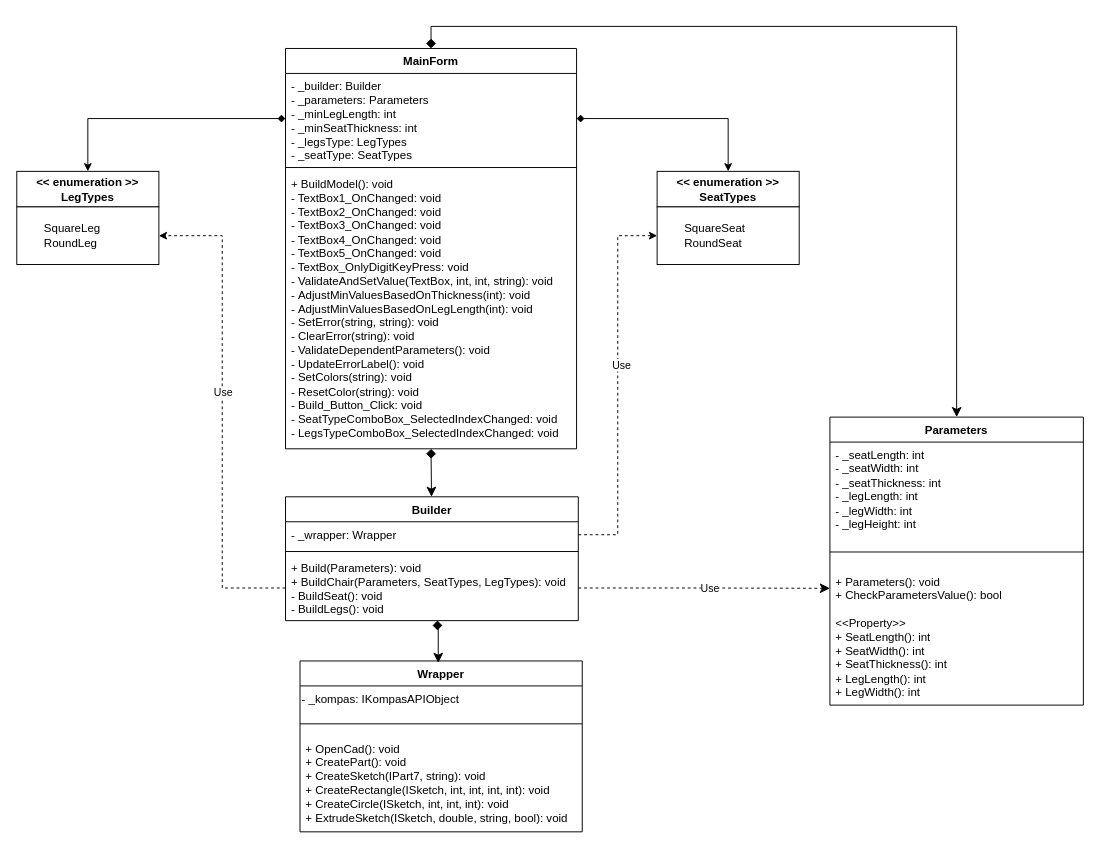
pikaparson/basics_of_CAD_development keeps this draw.io diagram as docs/диаграмма_после.drawio. Above is the earlier version. Source tidied: cells renumbered, new cells numbered last; positions are measured from the earlier drawing's top-left corner, leaving out a move shared by most shapes. Both pictures are drawn from the tidied source at 96%, with x=0, y=0 at pixel (16, 26).
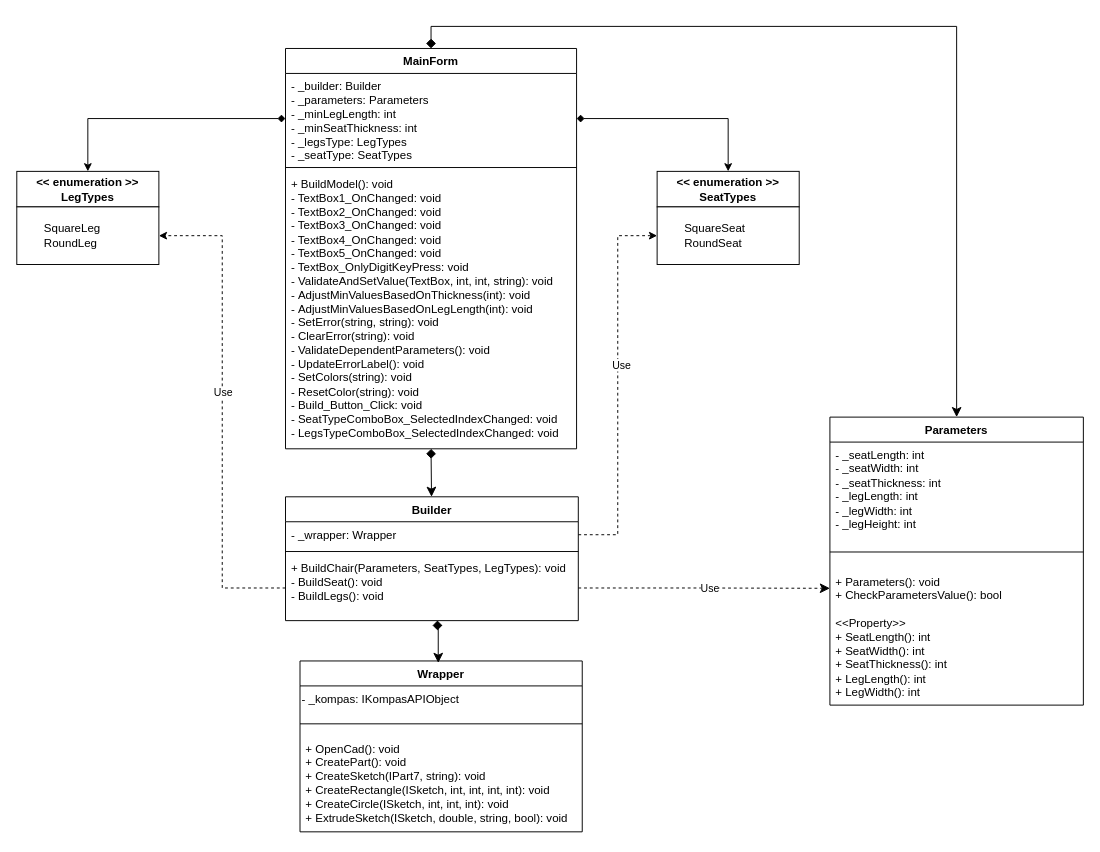
The same diagram, later.

Commit message (it also covers changes not shown here):
Типы сидушки и ножек перенесены из состояния MainForm в состояние Parameters

Unchanged cells that the change refers to:
```xml
<mxCell id="6" value="Builder&lt;div&gt;&lt;br&gt;&lt;/div&gt;" style="swimlane;fontStyle=1;align=center;verticalAlign=top;horizontal=1;startSize=26;whiteSpace=wrap;html=1;" parent="1" vertex="1">
  <mxGeometry x="279.9" y="490" width="305" height="129" as="geometry" />
</mxCell>
```

Diff of the diagram source:
```diff
@@
-    <mxCell id="9" value="+ Build(Parameters): void&lt;div&gt;+&amp;nbsp;BuildChair(Parameters, SeatTypes, LegTypes): void&lt;br&gt;&lt;div&gt;- BuildSeat(): void&lt;/div&gt;&lt;div&gt;- BuildLegs(): void&amp;nbsp;&lt;/div&gt;&lt;/div&gt;" style="text;strokeColor=none;fillColor=none;align=left;verticalAlign=top;spacingLeft=4;spacingRight=4;overflow=hidden;points=[[0,0.5],[1,0.5]];portConstraint=eastwest;whiteSpace=wrap;html=1;" parent="6" vertex="1">
+    <mxCell id="9" value="&lt;span style=&quot;background-color: initial;&quot;&gt;+&amp;nbsp;BuildChair(Parameters, SeatTypes, LegTypes): void&lt;/span&gt;&lt;div&gt;&lt;div&gt;- BuildSeat(): void&lt;/div&gt;&lt;div&gt;- BuildLegs(): void&amp;nbsp;&lt;/div&gt;&lt;/div&gt;" style="text;strokeColor=none;fillColor=none;align=left;verticalAlign=top;spacingLeft=4;spacingRight=4;overflow=hidden;points=[[0,0.5],[1,0.5]];portConstraint=eastwest;whiteSpace=wrap;html=1;" parent="6" vertex="1">
       <mxGeometry y="61" width="305" height="68" as="geometry" />
     </mxCell>
```
